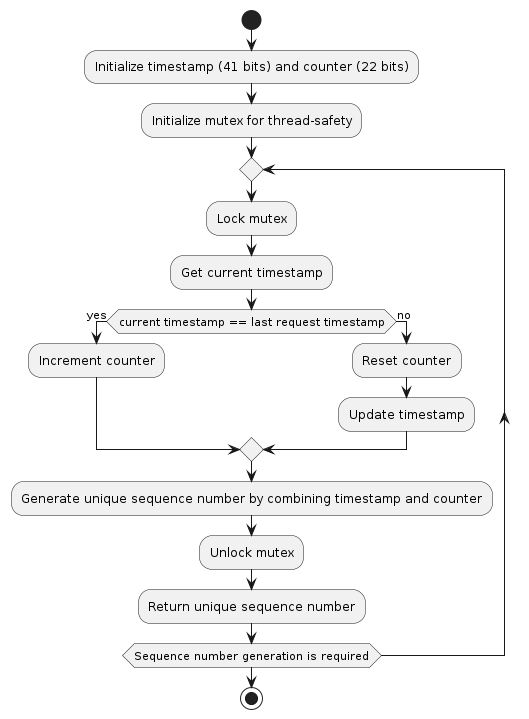
Earlier version of the PlantUML export images/how-it-works-flow.png (esumit/seqnum-apis). The source it was exported from:
```plantuml
@startuml
start

:Initialize timestamp (41 bits) and counter (22 bits);
:Initialize mutex for thread-safety;

repeat
    :Lock mutex;
    :Get current timestamp;

    if (current timestamp == last request timestamp) then (yes)
        :Increment counter;
    else (no)
        :Reset counter;
        :Update timestamp;
    endif

    :Generate unique sequence number by combining timestamp and counter;
    :Unlock mutex;
    :Return unique sequence number;
repeat while (Sequence number generation is required)

stop
@enduml
```
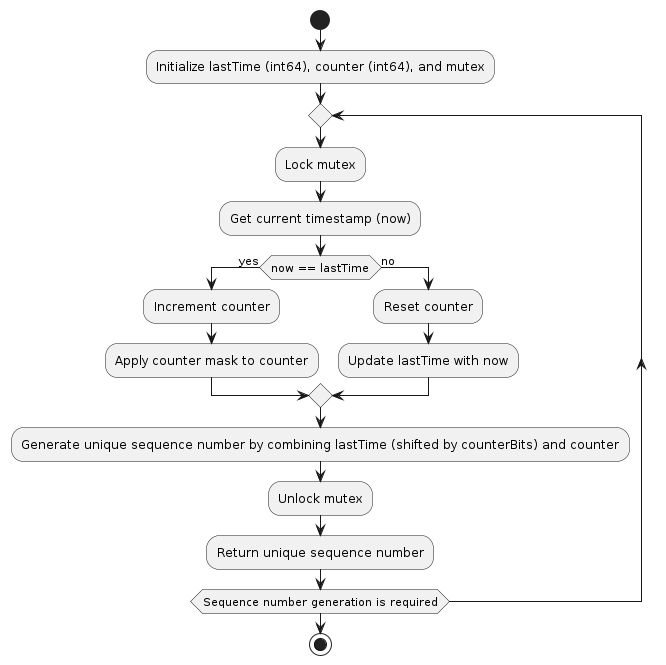
Above is the later version.

Commit message:
refine the flow diagram

Change to the diagram source:
```diff
@@ -1,21 +1,21 @@
 @startuml
 start
 
-:Initialize timestamp (41 bits) and counter (22 bits);
-:Initialize mutex for thread-safety;
+:Initialize lastTime (int64), counter (int64), and mutex;
 
 repeat
     :Lock mutex;
-    :Get current timestamp;
+    :Get current timestamp (now);
 
-    if (current timestamp == last request timestamp) then (yes)
+    if (now == lastTime) then (yes)
         :Increment counter;
+        :Apply counter mask to counter;
     else (no)
         :Reset counter;
-        :Update timestamp;
+        :Update lastTime with now;
     endif
 
-    :Generate unique sequence number by combining timestamp and counter;
+    :Generate unique sequence number by combining lastTime (shifted by counterBits) and counter;
     :Unlock mutex;
     :Return unique sequence number;
 repeat while (Sequence number generation is required)
```
